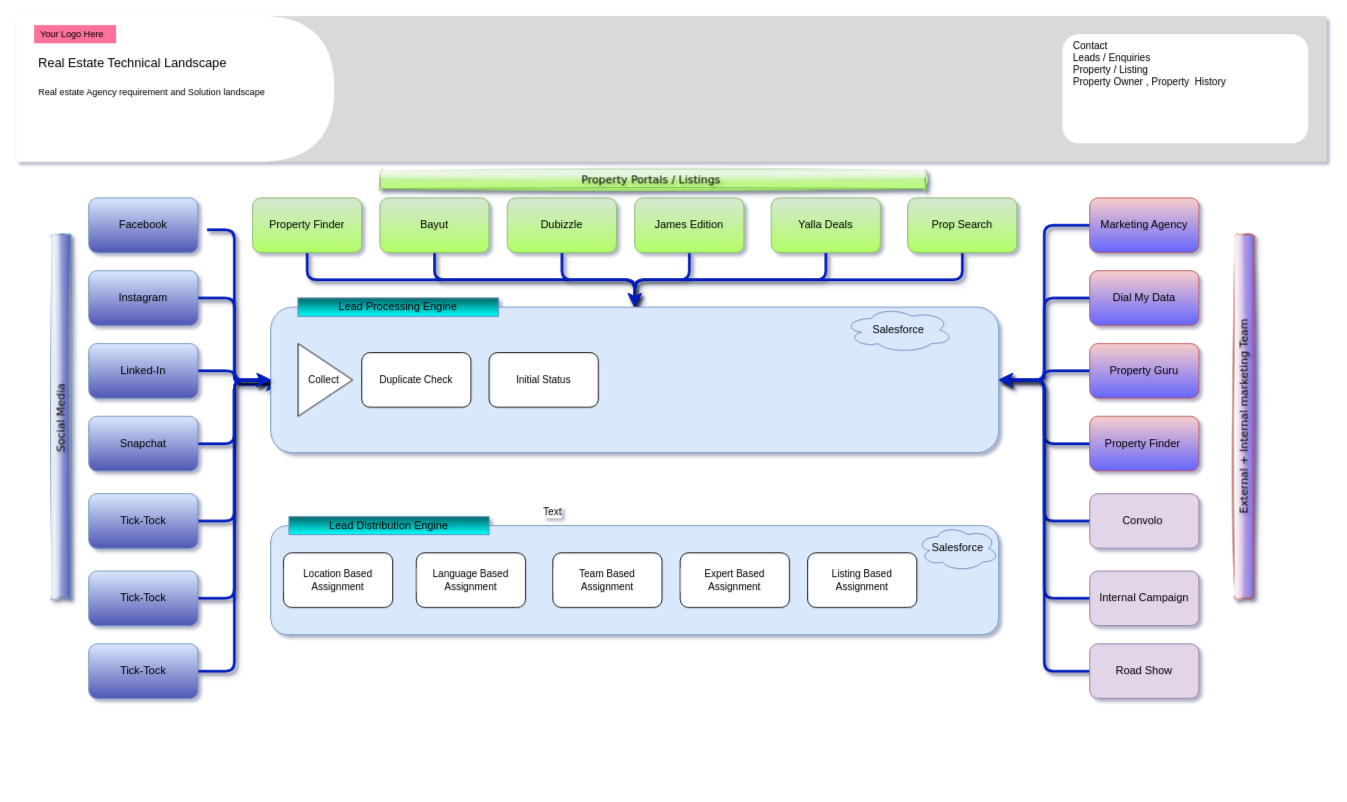
Above: page "Overall Architecture" (10 of 20) of Real Estate Business.drawio in ybbhosale2023/Propertybase (draw.io), before the change. Source tidied: cells renumbered, new cells numbered last; positions are measured from the earlier drawing's top-left corner, leaving out a move shared by most shapes. Both pictures are drawn from the tidied source at 91%, with x=0, y=0 at pixel (-121, 15).
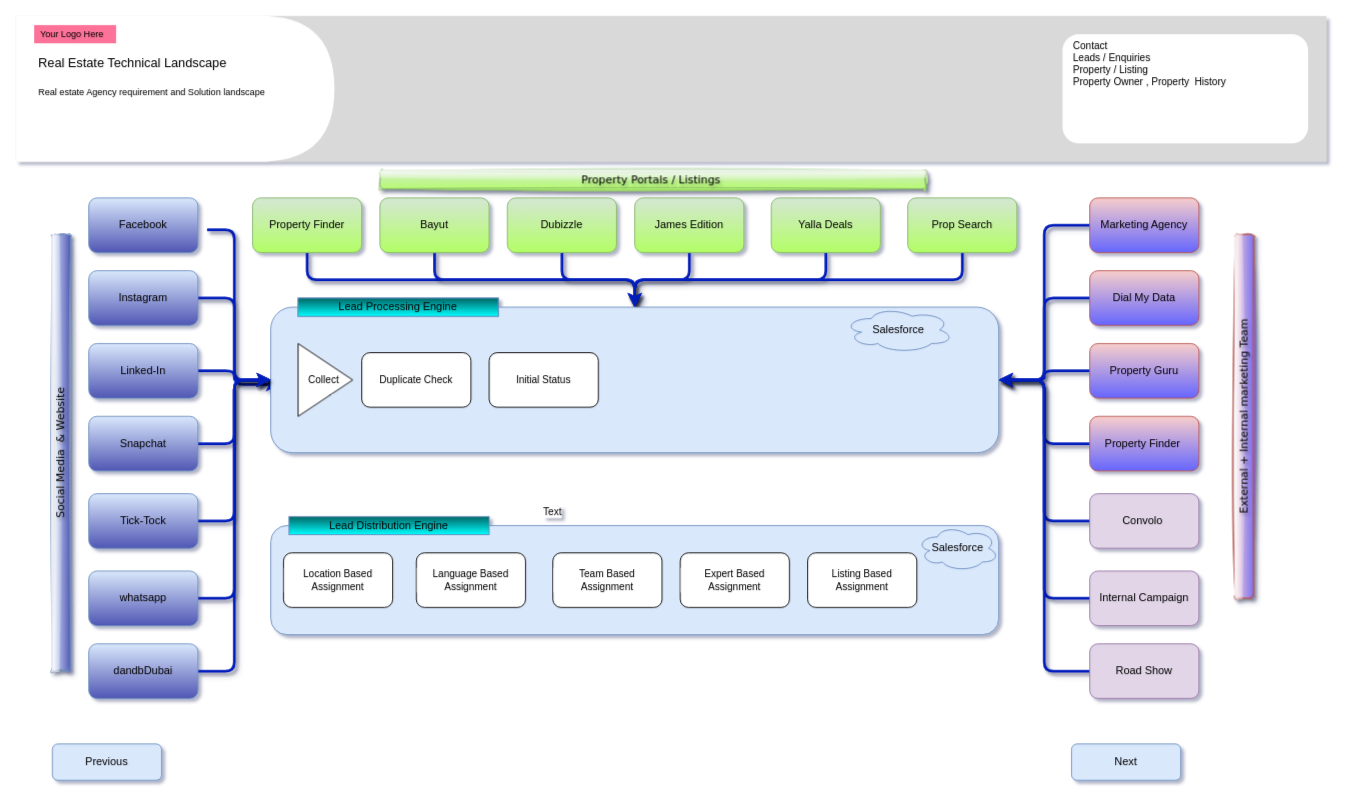
The same page after the edit.

The change refers to these unchanged cells:
```xml
<mxCell id="39" style="rounded=1;whiteSpace=wrap;html=1;fillColor=#dae8fc;strokeColor=#6c8ebf;" parent="1" vertex="1">
  <mxGeometry x="430" y="320" width="800" height="160" as="geometry" />
</mxCell>
<mxCell id="53" value="Road Show" style="rounded=1;whiteSpace=wrap;html=1;fillColor=#e1d5e7;strokeColor=#9673a6;" parent="1" vertex="1">
  <mxGeometry x="1330" y="690" width="120" height="60" as="geometry" />
</mxCell>
```

The edit, as a diff of the source:
```diff
@@
-    <mxCell id="49" value="Tick-Tock" style="rounded=1;whiteSpace=wrap;html=1;fillColor=#dae8fc;strokeColor=#6c8ebf;gradientColor=#5057b4;" parent="1" vertex="1">
+    <mxCell id="49" value="whatsapp" style="rounded=1;whiteSpace=wrap;html=1;fillColor=#dae8fc;strokeColor=#6c8ebf;gradientColor=#5057b4;" parent="1" vertex="1">
       <mxGeometry x="230" y="610" width="120" height="60" as="geometry" />
     </mxCell>
@@
-    <mxCell id="51" value="Tick-Tock" style="rounded=1;whiteSpace=wrap;html=1;fillColor=#dae8fc;strokeColor=#6c8ebf;gradientColor=#5057b4;" parent="1" vertex="1">
+    <mxCell id="51" value="dandbDubai" style="rounded=1;whiteSpace=wrap;html=1;fillColor=#dae8fc;strokeColor=#6c8ebf;gradientColor=#5057b4;" parent="1" vertex="1">
       <mxGeometry x="230" y="690" width="120" height="60" as="geometry" />
     </mxCell>
-    <mxCell id="52" style="edgeStyle=orthogonalEdgeStyle;shape=connector;curved=0;rounded=1;jettySize=auto;html=1;entryX=1;entryY=0.5;entryDx=0;entryDy=0;shadow=1;strokeColor=#001DBC;strokeWidth=3;align=center;verticalAlign=middle;fontFamily=Helvetica;fontSize=11;fontColor=default;labelBackgroundColor=default;endArrow=classic;flowAnimation=1;fillColor=#0050ef;" parent="1" edge="1" source="53" target="39">
+    <mxCell id="52" style="edgeStyle=orthogonalEdgeStyle;curved=0;rounded=1;jettySize=auto;html=1;entryX=1;entryY=0.5;entryDx=0;entryDy=0;shadow=1;strokeColor=#001DBC;strokeWidth=3;align=center;verticalAlign=middle;fontFamily=Helvetica;fontSize=11;fontColor=default;labelBackgroundColor=default;endArrow=classic;flowAnimation=1;fillColor=#0050ef;" parent="1" edge="1" source="53" target="39">
       <mxGeometry relative="1" as="geometry" />
     </mxCell>
@@
-    <mxCell id="55" value="Social Media&amp;nbsp;" style="rounded=1;whiteSpace=wrap;html=1;fillColor=#dae8fc;strokeColor=#6c8ebf;gradientColor=#5057b4;sketch=1;curveFitting=1;jiggle=2;shadow=1;glass=1;rotation=-90;textShadow=1;labelBorderColor=none;fontFamily=Verdana;" parent="1" vertex="1">
-      <mxGeometry y="430" width="400" height="20" as="geometry" />
+    <mxCell id="55" value="Social Media&amp;nbsp; &amp;amp; Website" style="rounded=1;whiteSpace=wrap;html=1;fillColor=#dae8fc;strokeColor=#6c8ebf;gradientColor=#5057b4;sketch=1;curveFitting=1;jiggle=2;shadow=1;glass=1;rotation=-90;textShadow=1;labelBorderColor=none;fontFamily=Verdana;" parent="1" vertex="1">
+      <mxGeometry x="-40" y="470" width="480" height="20" as="geometry" />
     </mxCell>
@@
+    <mxCell id="66" value="Next" style="rounded=1;whiteSpace=wrap;html=1;fillColor=#dae8fc;strokeColor=#6c8ebf;" parent="1" vertex="1">
+      <mxGeometry x="1310" y="800" width="120" height="40" as="geometry" />
+    </mxCell>
+    <mxCell id="67" value="Previous" style="rounded=1;whiteSpace=wrap;html=1;fillColor=#dae8fc;strokeColor=#6c8ebf;" parent="1" vertex="1">
+      <mxGeometry x="190" y="800" width="120" height="40" as="geometry" />
+    </mxCell>
```
